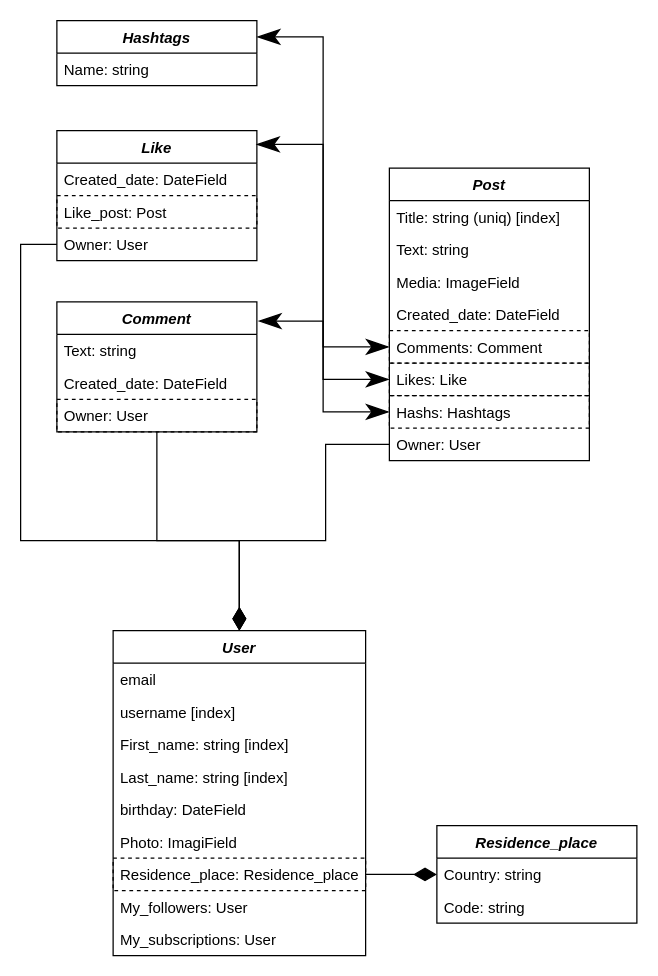
Above: SocialMediaAPI_schema.drawio in AlexGrytsai/SocialMediaAPI (draw.io), before the change. Source tidied: cells renumbered, new cells numbered last; positions are measured from the earlier drawing's top-left corner, leaving out a move shared by most shapes. Both pictures are drawn from the tidied source at 125%, with x=0, y=0 at pixel (20, 20).
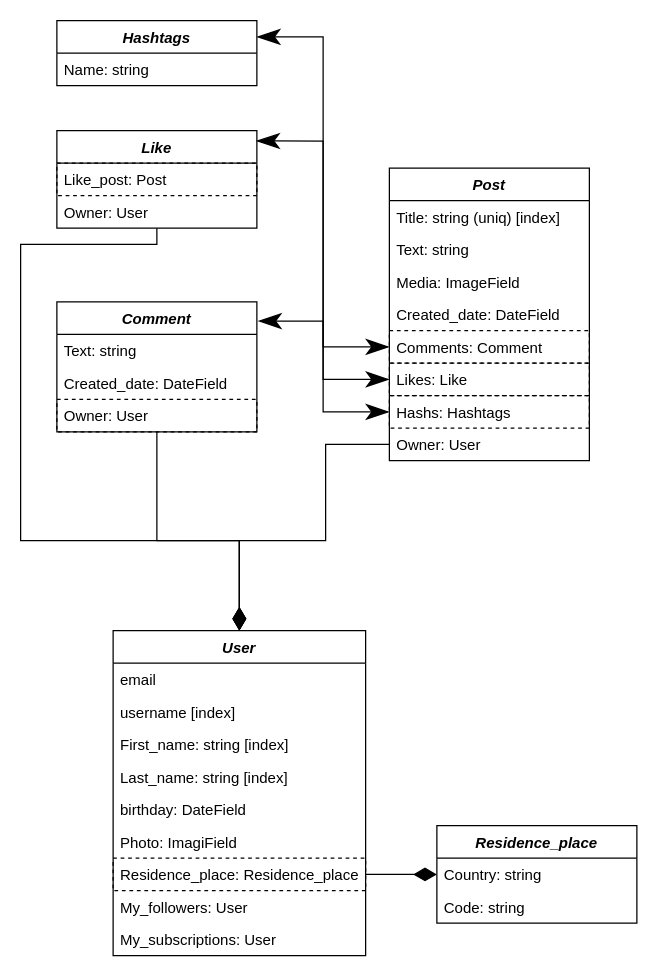
Above is the later version.

Commit message (it also covers changes not shown here):
created Hashtag, Comment, Like and Post models

The edit, as a diff of the source:
```diff
@@
     <mxCell id="31" value="Like" style="swimlane;fontStyle=3;align=center;verticalAlign=top;horizontal=1;startSize=26;rounded=0;shadow=0;strokeWidth=1;" parent="1" vertex="1">
-      <mxGeometry x="29" y="88" width="160" height="104" as="geometry" />
+      <mxGeometry x="29" y="88" width="160" height="78" as="geometry" />
     </mxCell>
-    <mxCell id="32" value="Created_date: DateField" style="text;align=left;verticalAlign=top;spacingLeft=4;spacingRight=4;overflow=hidden;" parent="31" vertex="1">
-      <mxGeometry y="26" width="160" height="26" as="geometry" />
-    </mxCell>
     <mxCell id="33" value="Like_post: Post" style="text;align=left;verticalAlign=top;spacingLeft=4;spacingRight=4;overflow=hidden;strokeColor=default;dashed=1;" parent="31" vertex="1">
-      <mxGeometry y="52" width="160" height="26" as="geometry" />
+      <mxGeometry y="26" width="160" height="26" as="geometry" />
     </mxCell>
     <mxCell id="34" value="Owner: User" style="text;align=left;verticalAlign=top;spacingLeft=4;spacingRight=4;overflow=hidden;points=[[0,0.5],[1,0.5]];portConstraint=eastwest;strokeColor=none;" parent="31" vertex="1">
-      <mxGeometry y="78" width="160" height="26" as="geometry" />
+      <mxGeometry y="52" width="160" height="26" as="geometry" />
     </mxCell>
```
